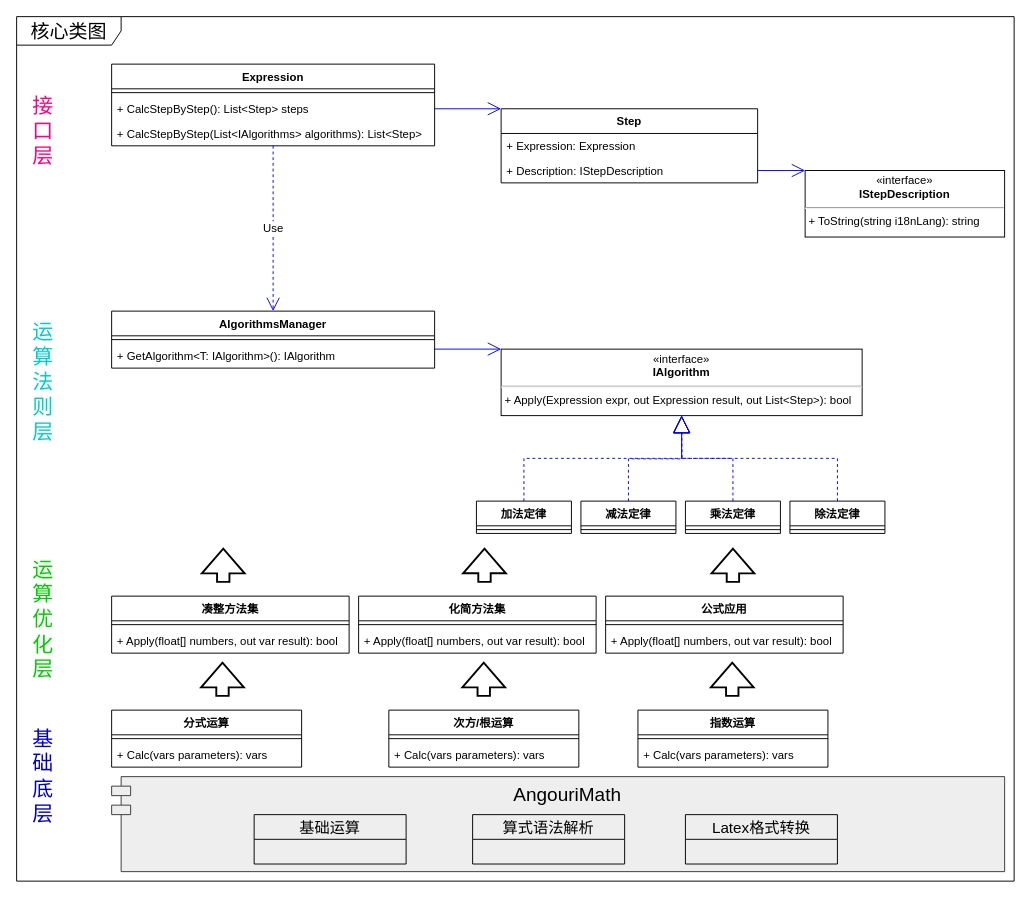
Above: page "四则混合运算步骤拆解 核心类图 的副本" (6 of 7) of 数学引擎.drawio in TinlerLin/MathEngine (draw.io), before the change. Source tidied: cells renumbered, new cells numbered last; positions are measured from the earlier drawing's top-left corner, leaving out a move shared by most shapes. Both pictures are drawn from the tidied source at 95%, with x=0, y=0 at pixel (16, 16).
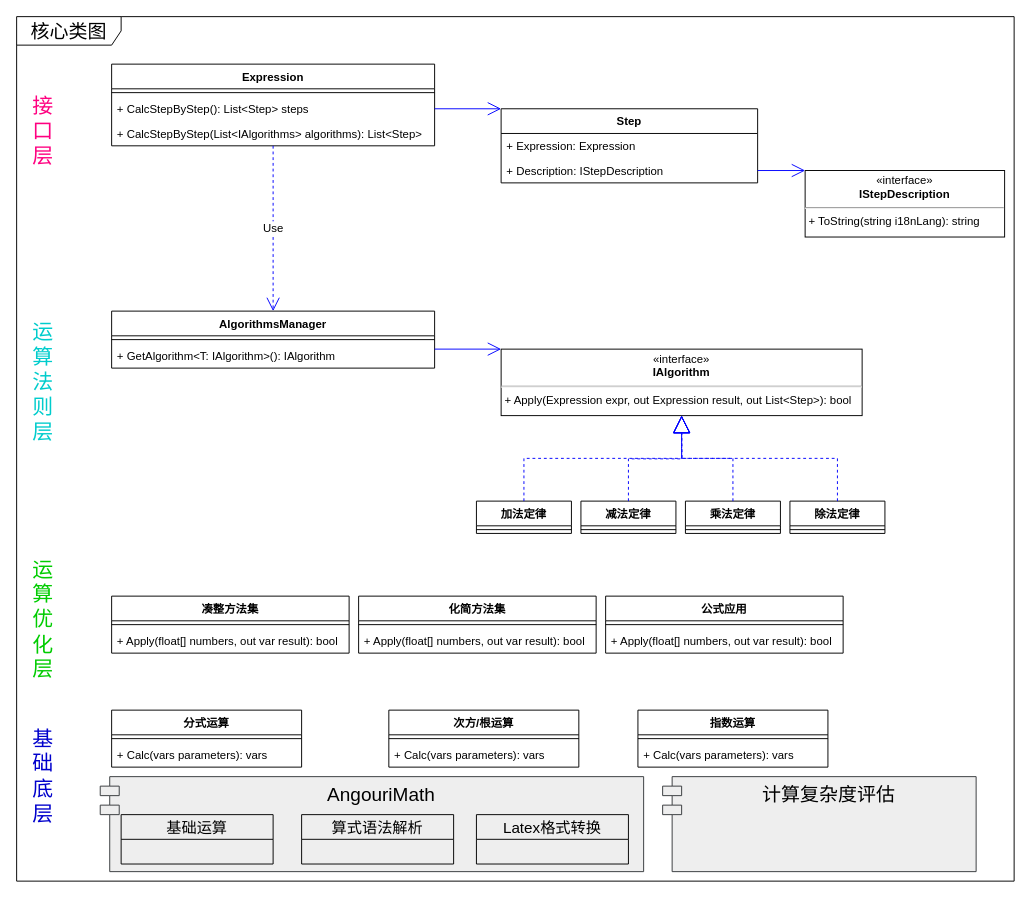
Above is the later version.

Diff of the diagram source:
```diff
@@
     <mxCell id="37" value="AngouriMath" style="shape=module;align=left;spacingLeft=20;align=center;verticalAlign=top;rounded=0;shadow=0;glass=0;sketch=0;fontSize=20;strokeColor=#36393d;strokeWidth=1;fillColor=#eeeeee;horizontal=1;" parent="1" vertex="1">
-      <mxGeometry x="100" y="800" width="940" height="100" as="geometry" />
+      <mxGeometry x="88" y="800" width="572" height="100" as="geometry" />
     </mxCell>
@@
     <mxCell id="54" value="算式语法解析" style="swimlane;fontStyle=0;horizontal=1;startSize=26;fillColor=none;rounded=0;shadow=0;glass=0;sketch=0;fontSize=16;fontColor=#000000;strokeColor=default;strokeWidth=1;" parent="1" vertex="1">
-      <mxGeometry x="480" y="840" width="160" height="52" as="geometry" />
+      <mxGeometry x="300" y="840" width="160" height="52" as="geometry" />
     </mxCell>
     <mxCell id="55" value="基础运算" style="swimlane;fontStyle=0;horizontal=1;startSize=26;fillColor=none;rounded=0;shadow=0;glass=0;sketch=0;fontSize=16;fontColor=#000000;strokeColor=default;strokeWidth=1;" parent="1" vertex="1">
-      <mxGeometry x="250" y="840" width="160" height="52" as="geometry" />
+      <mxGeometry x="110" y="840" width="160" height="52" as="geometry" />
     </mxCell>
-    <mxCell id="56" style="verticalLabelPosition=bottom;verticalAlign=top;html=1;strokeWidth=2;shape=mxgraph.arrows2.arrow;dy=0.71;dx=26;notch=0;rounded=0;shadow=0;glass=0;sketch=0;fontSize=16;fontColor=#0000CC;fillColor=default;rotation=270;" parent="1" vertex="1">
-      <mxGeometry x="200" y="555" width="35" height="45" as="geometry" />
-    </mxCell>
-    <mxCell id="57" style="verticalLabelPosition=bottom;verticalAlign=top;html=1;strokeWidth=2;shape=mxgraph.arrows2.arrow;dy=0.71;dx=26;notch=0;rounded=0;shadow=0;glass=0;sketch=0;fontSize=16;fontColor=#0000CC;fillColor=default;rotation=270;" parent="1" vertex="1">
-      <mxGeometry x="736.5" y="555" width="35" height="45" as="geometry" />
-    </mxCell>
-    <mxCell id="58" style="verticalLabelPosition=bottom;verticalAlign=top;html=1;strokeWidth=2;shape=mxgraph.arrows2.arrow;dy=0.71;dx=26;notch=0;rounded=0;shadow=0;glass=0;sketch=0;fontSize=16;fontColor=#0000CC;fillColor=default;rotation=270;" parent="1" vertex="1">
-      <mxGeometry x="475" y="555" width="35" height="45" as="geometry" />
-    </mxCell>
-    <mxCell id="59" style="verticalLabelPosition=bottom;verticalAlign=top;html=1;strokeWidth=2;shape=mxgraph.arrows2.arrow;dy=0.71;dx=26;notch=0;rounded=0;shadow=0;glass=0;sketch=0;fontSize=16;fontColor=#0000CC;fillColor=default;rotation=270;" parent="1" vertex="1">
-      <mxGeometry x="199.2" y="675" width="35" height="45" as="geometry" />
-    </mxCell>
-    <mxCell id="60" style="verticalLabelPosition=bottom;verticalAlign=top;html=1;strokeWidth=2;shape=mxgraph.arrows2.arrow;dy=0.71;dx=26;notch=0;rounded=0;shadow=0;glass=0;sketch=0;fontSize=16;fontColor=#0000CC;fillColor=default;rotation=270;" parent="1" vertex="1">
-      <mxGeometry x="735.8" y="675" width="35" height="45" as="geometry" />
-    </mxCell>
-    <mxCell id="61" style="verticalLabelPosition=bottom;verticalAlign=top;html=1;strokeWidth=2;shape=mxgraph.arrows2.arrow;dy=0.71;dx=26;notch=0;rounded=0;shadow=0;glass=0;sketch=0;fontSize=16;fontColor=#0000CC;fillColor=default;rotation=270;" parent="1" vertex="1">
-      <mxGeometry x="474.2" y="675" width="35" height="45" as="geometry" />
-    </mxCell>
     <mxCell id="62" value="Latex格式转换" style="swimlane;fontStyle=0;horizontal=1;startSize=26;fillColor=none;rounded=0;shadow=0;glass=0;sketch=0;fontSize=16;fontColor=#000000;strokeColor=default;strokeWidth=1;" parent="1" vertex="1">
-      <mxGeometry x="704" y="840" width="160" height="52" as="geometry" />
+      <mxGeometry x="484" y="840" width="160" height="52" as="geometry" />
     </mxCell>
+    <mxCell id="63" value="计算复杂度评估" style="shape=module;align=left;spacingLeft=20;align=center;verticalAlign=top;rounded=0;shadow=0;glass=0;sketch=0;fontSize=20;strokeColor=#36393d;strokeWidth=1;fillColor=#eeeeee;horizontal=1;" parent="1" vertex="1">
+      <mxGeometry x="680" y="800" width="330" height="100" as="geometry" />
+    </mxCell>
```
